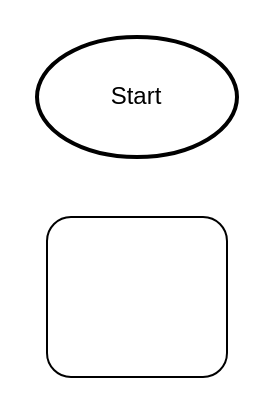
Tobi8570/H2 keeps this draw.io diagram as page "FlowCharts" (4 of 6) of Informatik UML.drawio. Above is the earlier version. Source tidied: cells renumbered, new cells numbered last; positions are measured from the earlier drawing's top-left corner, leaving out a move shared by most shapes. Both pictures are drawn from the tidied source at 200%, with x=0, y=0 at pixel (36, 36).
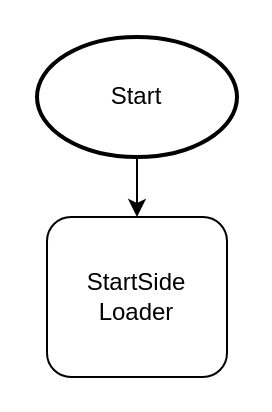
Above is the later version.

Diff of the diagram source:
```diff
@@
 <mxGraphModel>
   <root>
     <mxCell id="0" />
     <mxCell id="1" parent="0" />
-    <mxCell id="2" style="rounded=1;whiteSpace=wrap;html=1;" parent="1" vertex="1">
+    <mxCell id="2" value="StartSide Loader" style="rounded=1;whiteSpace=wrap;html=1;fillColor=none;" parent="1" vertex="1">
       <mxGeometry x="5" y="90" width="90" height="80" as="geometry" />
     </mxCell>
+    <mxCell id="4" style="edgeStyle=orthogonalEdgeStyle;rounded=0;jettySize=auto;html=1;" parent="1" edge="1" source="3" target="2">
+      <mxGeometry relative="1" as="geometry" />
+    </mxCell>
     <mxCell id="3" value="Start" style="strokeWidth=2;html=1;shape=mxgraph.flowchart.start_1;whiteSpace=wrap;" parent="1" vertex="1">
       <mxGeometry width="100" height="60" as="geometry" />
     </mxCell>
   </root>
 </mxGraphModel>
```
